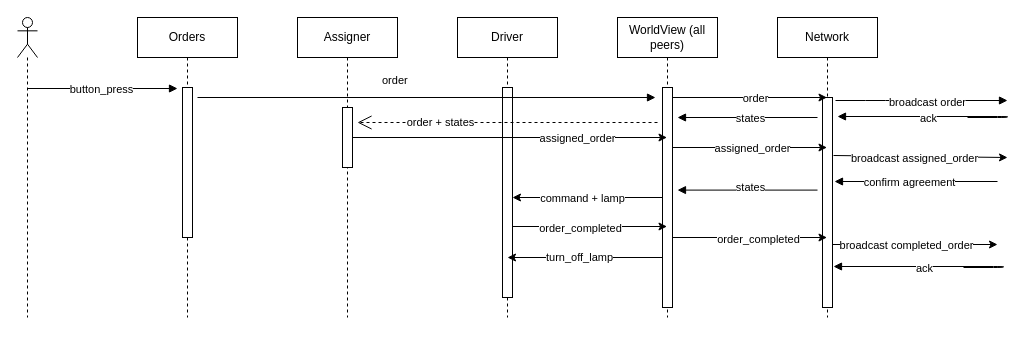
Earlier version of the draw.io diagram diagrams/hall_sequence.drawio (Einaraug/Sanntid). Source tidied: cells renumbered, new cells numbered last; positions are measured from the earlier drawing's top-left corner, leaving out a move shared by most shapes. Both pictures are drawn from the tidied source at 100%, with x=0, y=0 at pixel (17, 17).
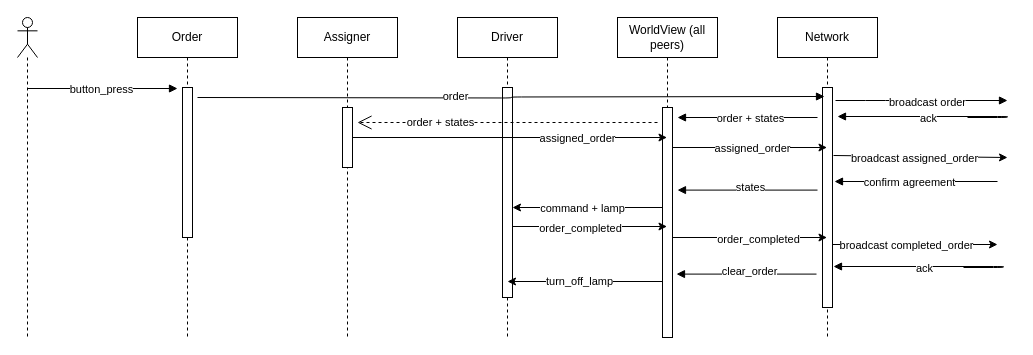
The same diagram, later.

Unchanged cells that the change refers to:
```xml
<mxCell id="8" style="html=1;points=[[0,0,0,0,5],[0,1,0,0,-5],[1,0,0,0,5],[1,1,0,0,-5]];perimeter=orthogonalPerimeter;outlineConnect=0;targetShapes=umlLifeline;portConstraint=eastwest;newEdgeStyle={&quot;curved&quot;:0,&quot;rounded&quot;:0};" parent="7" vertex="1">
  <mxGeometry x="45" y="70" width="10" height="210" as="geometry" />
</mxCell>
<mxCell id="26" style="endArrow=block;endFill=1;html=1;edgeStyle=orthogonalEdgeStyle;align=left;verticalAlign=top;" parent="1" edge="1">
  <mxGeometry x="0.43" relative="1" as="geometry">
    <mxPoint x="800" y="100" as="sourcePoint" />
    <mxPoint x="660" y="100" as="targetPoint" />
  </mxGeometry>
</mxCell>
```

The edit, as a diff of the source:
```diff
@@
     <mxCell id="2" style="shape=umlLifeline;perimeter=lifelinePerimeter;whiteSpace=wrap;html=1;newEdgeStyle={&quot;curved&quot;:0,&quot;rounded&quot;:0};participant=umlActor;" parent="1" vertex="1">
-      <mxGeometry width="20" height="300" as="geometry" />
+      <mxGeometry width="20" height="320" as="geometry" />
     </mxCell>
-    <mxCell id="3" value="Orders" style="shape=umlLifeline;perimeter=lifelinePerimeter;whiteSpace=wrap;html=1;newEdgeStyle={&quot;curved&quot;:0,&quot;rounded&quot;:0};" parent="1" vertex="1">
-      <mxGeometry x="120" width="100" height="300" as="geometry" />
+    <mxCell id="3" value="Order" style="shape=umlLifeline;perimeter=lifelinePerimeter;whiteSpace=wrap;html=1;newEdgeStyle={&quot;curved&quot;:0,&quot;rounded&quot;:0};" parent="1" vertex="1">
+      <mxGeometry x="120" width="100" height="320" as="geometry" />
     </mxCell>
@@
     <mxCell id="5" value="Assigner" style="shape=umlLifeline;perimeter=lifelinePerimeter;whiteSpace=wrap;html=1;newEdgeStyle={&quot;curved&quot;:0,&quot;rounded&quot;:0};" parent="1" vertex="1">
-      <mxGeometry x="280" width="100" height="300" as="geometry" />
+      <mxGeometry x="280" width="100" height="320" as="geometry" />
     </mxCell>
@@
     <mxCell id="7" value="Driver" style="shape=umlLifeline;perimeter=lifelinePerimeter;whiteSpace=wrap;html=1;newEdgeStyle={&quot;curved&quot;:0,&quot;rounded&quot;:0};" parent="1" vertex="1">
-      <mxGeometry x="440" width="100" height="300" as="geometry" />
+      <mxGeometry x="440" width="100" height="320" as="geometry" />
     </mxCell>
@@
     <mxCell id="9" value="WorldView (all peers)" style="shape=umlLifeline;perimeter=lifelinePerimeter;whiteSpace=wrap;html=1;outlineConnect=0;portConstraint=eastwest;newEdgeStyle={&quot;curved&quot;:0,&quot;rounded&quot;:0};" parent="1" vertex="1">
-      <mxGeometry x="600" width="100" height="300" as="geometry" />
+      <mxGeometry x="600" width="100" height="320" as="geometry" />
     </mxCell>
     <mxCell id="10" style="html=1;points=[[0,0,0,0,5],[0,1,0,0,-5],[1,0,0,0,5],[1,1,0,0,-5]];perimeter=orthogonalPerimeter;outlineConnect=0;targetShapes=umlLifeline;portConstraint=eastwest;newEdgeStyle={&quot;curved&quot;:0,&quot;rounded&quot;:0};" parent="9" vertex="1">
-      <mxGeometry x="45" y="70" width="10" height="220" as="geometry" />
+      <mxGeometry x="45" y="90" width="10" height="230" as="geometry" />
     </mxCell>
     <mxCell id="11" value="Network" style="shape=umlLifeline;perimeter=lifelinePerimeter;whiteSpace=wrap;html=1;newEdgeStyle={&quot;curved&quot;:0,&quot;rounded&quot;:0};" parent="1" vertex="1">
-      <mxGeometry x="760" width="100" height="300" as="geometry" />
+      <mxGeometry x="760" width="100" height="320" as="geometry" />
     </mxCell>
@@
     <mxCell id="16" style="html=1;perimeter=orthogonalPerimeter;targetShapes=umlLifeline;newEdgeStyle={&quot;curved&quot;:0,&quot;rounded&quot;:0};" parent="11" vertex="1">
-      <mxGeometry x="45" y="80" width="10" height="210" as="geometry" />
+      <mxGeometry x="45" y="70" width="10" height="220" as="geometry" />
     </mxCell>
@@
-    <mxCell id="23" value="order" style="endArrow=block;endFill=1;html=1;edgeStyle=orthogonalEdgeStyle;align=left;verticalAlign=top;" parent="1" edge="1">
+    <mxCell id="23" style="endArrow=block;endFill=1;html=1;edgeStyle=orthogonalEdgeStyle;align=left;verticalAlign=top;" parent="1" edge="1">
       <mxGeometry x="-0.2" y="30" relative="1" as="geometry">
         <mxPoint x="180" y="80" as="sourcePoint" />
-        <mxPoint x="638" y="80" as="targetPoint" />
+        <mxPoint x="807" y="79" as="targetPoint" />
       </mxGeometry>
     </mxCell>
+    <mxCell id="35" value="order" style="edgeLabel;html=1;align=center;verticalAlign=middle;" parent="23" vertex="1">
+      <mxGeometry x="-0.18" y="2" relative="1" as="geometry" />
+    </mxCell>
@@
-    <mxCell id="27" value="states" style="edgeLabel;html=1;align=center;verticalAlign=middle;" parent="26" vertex="1">
+    <mxCell id="27" value="order + states" style="edgeLabel;html=1;align=center;verticalAlign=middle;" parent="26" vertex="1">
       <mxGeometry x="-0.03" y="-1" relative="1" as="geometry">
         <mxPoint y="1" as="offset" />
       </mxGeometry>
     </mxCell>
@@
-    <mxCell id="30" style="edgeStyle=none;html=1;curved=0;rounded=0;" parent="1" edge="1" source="10" target="8">
-      <mxGeometry relative="1" as="geometry" />
+    <mxCell id="30" style="edgeStyle=none;html=1;curved=0;rounded=0;" parent="1" edge="1">
+      <mxGeometry relative="1" as="geometry">
+        <mxPoint x="645" y="190" as="sourcePoint" />
+        <mxPoint x="495" y="190" as="targetPoint" />
+      </mxGeometry>
     </mxCell>
@@
-    <mxCell id="34" style="edgeStyle=none;html=1;curved=0;rounded=0;" parent="1" edge="1">
-      <mxGeometry relative="1" as="geometry">
-        <mxPoint x="655" y="80" as="sourcePoint" />
-        <mxPoint x="809.5" y="80" as="targetPoint" />
-      </mxGeometry>
-    </mxCell>
-    <mxCell id="35" value="order" style="edgeLabel;html=1;align=center;verticalAlign=middle;" parent="34" vertex="1">
-      <mxGeometry x="0.06" y="-1" relative="1" as="geometry">
-        <mxPoint y="-1" as="offset" />
-      </mxGeometry>
-    </mxCell>
@@
     <mxCell id="44" style="edgeStyle=none;html=1;curved=0;rounded=0;" parent="1" edge="1">
       <mxGeometry relative="1" as="geometry">
-        <mxPoint x="645" y="240" as="sourcePoint" />
-        <mxPoint x="490" y="240" as="targetPoint" />
+        <mxPoint x="645" y="264" as="sourcePoint" />
+        <mxPoint x="490" y="264" as="targetPoint" />
       </mxGeometry>
     </mxCell>
@@
+    <mxCell id="48" style="endArrow=block;endFill=1;html=1;edgeStyle=orthogonalEdgeStyle;align=left;verticalAlign=top;" parent="1" edge="1">
+      <mxGeometry x="0.43" relative="1" as="geometry">
+        <mxPoint x="799" y="256.6" as="sourcePoint" />
+        <mxPoint x="659" y="256.6" as="targetPoint" />
+      </mxGeometry>
+    </mxCell>
+    <mxCell id="49" value="clear_order" style="edgeLabel;html=1;align=center;verticalAlign=middle;" parent="48" vertex="1">
+      <mxGeometry x="-0.03" y="-1" relative="1" as="geometry">
+        <mxPoint y="-2" as="offset" />
+      </mxGeometry>
+    </mxCell>
```
